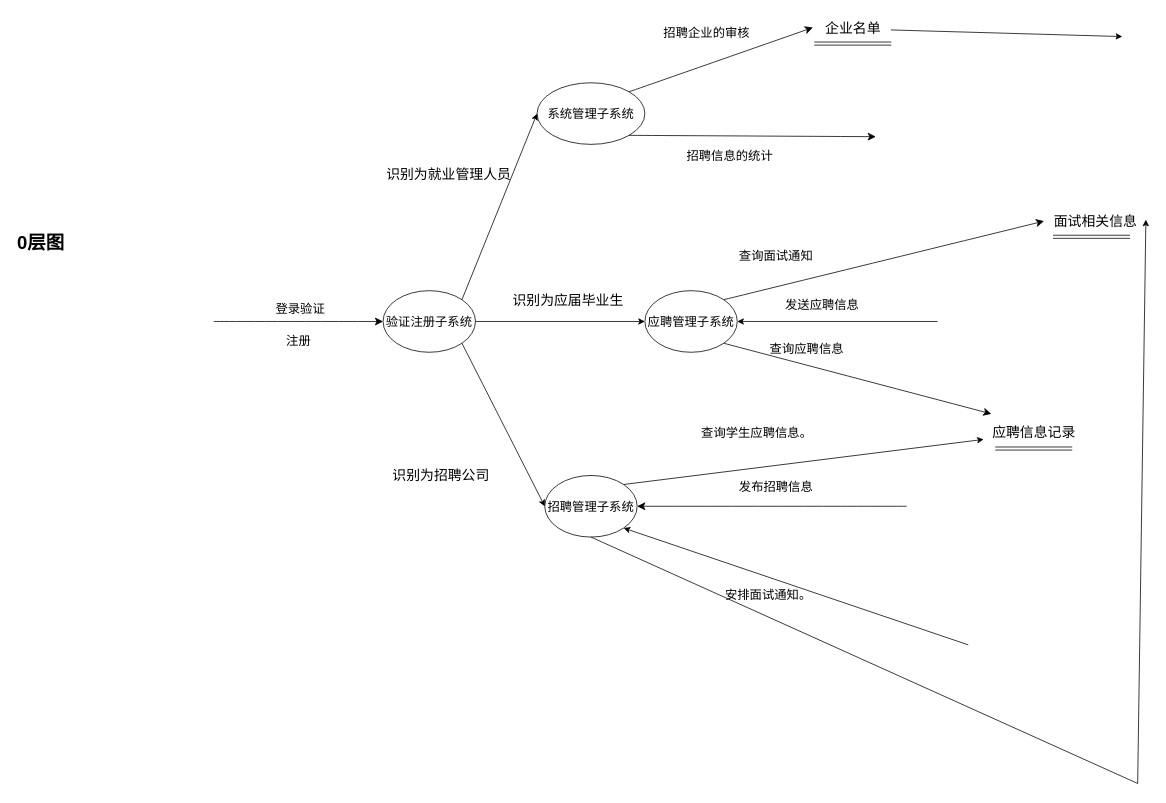
The draw.io diagram page "第 2 页" (2 of 4) of DFD.drawio in SET025187/EXERCISE001, before the edit. Source tidied: cells renumbered, new cells numbered last; positions are measured from the earlier drawing's top-left corner, leaving out a move shared by most shapes. Both pictures are drawn from the tidied source at 77%, with x=0, y=0 at pixel (13, 13).
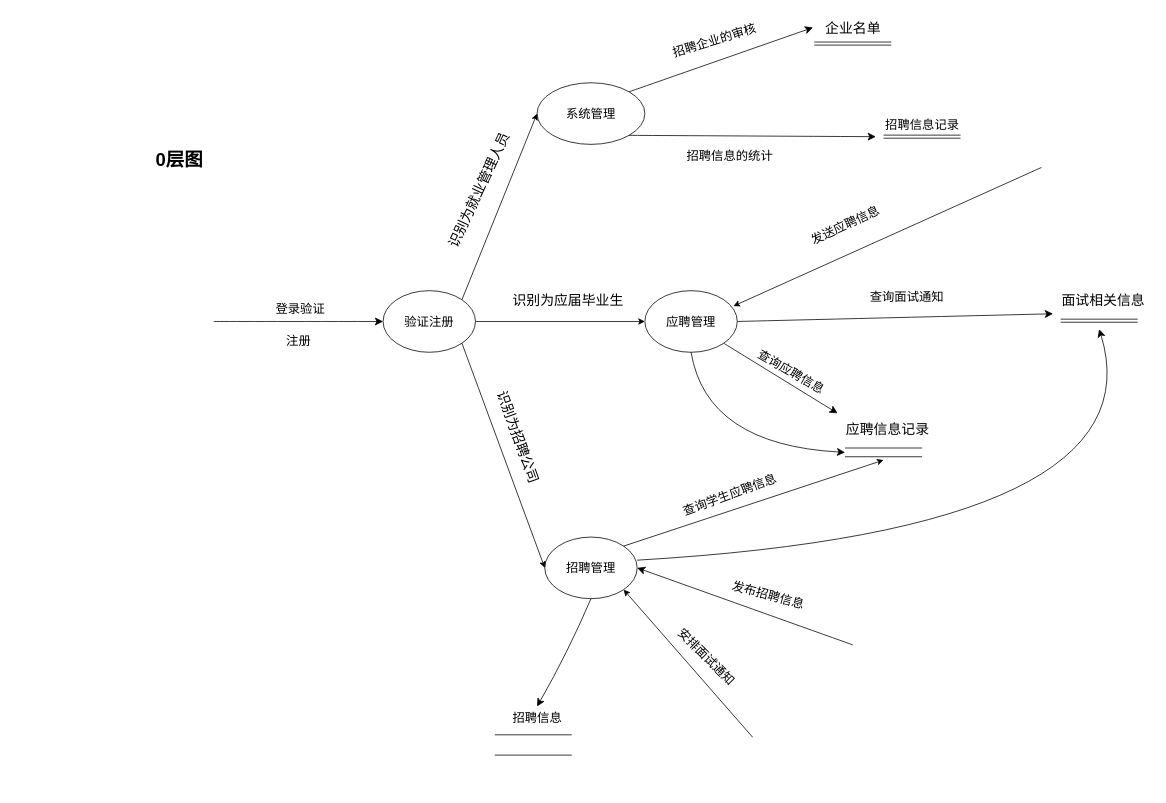
Above is the later version.

The change refers to these unchanged cells:
```xml
<mxCell id="30" value="&lt;font style=&quot;font-size: 18px;&quot;&gt;企业名单&lt;/font&gt;" style="text;html=1;align=center;verticalAlign=middle;points=[];strokeColor=none;fillColor=none;" parent="1" vertex="1">
  <mxGeometry x="1040" width="100" height="40" as="geometry" />
</mxCell>
```

The edit, as a diff of the source:
```diff
@@
-    <mxCell id="3" value="验证注册子系统" style="ellipse;whiteSpace=wrap;html=1;fontSize=16;" parent="1" vertex="1">
+    <mxCell id="3" value="验证注册" style="ellipse;whiteSpace=wrap;html=1;fontSize=16;" parent="1" vertex="1">
       <mxGeometry x="480" y="360" width="120" height="80" as="geometry" />
     </mxCell>
@@
-    <mxCell id="6" value="系统管理子系统" style="ellipse;whiteSpace=wrap;html=1;fontSize=16;" parent="1" vertex="1">
+    <mxCell id="6" value="系统管理" style="ellipse;whiteSpace=wrap;html=1;fontSize=16;" parent="1" vertex="1">
       <mxGeometry x="680" y="90" width="140" height="80" as="geometry" />
     </mxCell>
@@
-    <mxCell id="9" value="招聘企业的审核" style="text;html=1;align=center;verticalAlign=middle;strokeColor=none;fillColor=none;fontSize=16;" parent="1" vertex="1">
-      <mxGeometry x="830" y="10" width="140" height="30" as="geometry" />
+    <mxCell id="9" value="招聘企业的审核" style="text;html=1;align=center;verticalAlign=middle;strokeColor=none;fillColor=none;fontSize=16;rotation=-17;" parent="1" vertex="1">
+      <mxGeometry x="840" y="20" width="140" height="30" as="geometry" />
     </mxCell>
@@
-    <mxCell id="11" value="招聘管理子系统" style="ellipse;whiteSpace=wrap;html=1;fontSize=16;" parent="1" vertex="1">
-      <mxGeometry x="690" y="600" width="120" height="80" as="geometry" />
+    <mxCell id="11" value="招聘管理" style="ellipse;whiteSpace=wrap;html=1;fontSize=16;" parent="1" vertex="1">
+      <mxGeometry x="690" y="680" width="120" height="80" as="geometry" />
     </mxCell>
     <mxCell id="12" style="endArrow=classic;html=1;rounded=0;fontSize=12;startSize=8;endSize=8;curved=1;entryX=1;entryY=0.5;entryDx=0;entryDy=0;" parent="1" edge="1" target="11">
       <mxGeometry relative="1" as="geometry">
-        <mxPoint x="1160" y="640" as="sourcePoint" />
+        <mxPoint x="1090" y="820" as="sourcePoint" />
       </mxGeometry>
     </mxCell>
-    <mxCell id="13" value="安排面试通知。" style="text;html=1;align=center;verticalAlign=middle;strokeColor=none;fillColor=none;fontSize=16;" parent="1" vertex="1">
-      <mxGeometry x="910" y="740" width="140" height="30" as="geometry" />
+    <mxCell id="13" value="安排面试通知" style="text;html=1;align=center;verticalAlign=middle;strokeColor=none;fillColor=none;fontSize=16;rotation=45;" parent="1" vertex="1">
+      <mxGeometry x="840" y="820" width="120" height="30" as="geometry" />
     </mxCell>
-    <mxCell id="14" value="查询学生应聘信息。" style="text;html=1;align=center;verticalAlign=middle;strokeColor=none;fillColor=none;fontSize=16;" parent="1" vertex="1">
-      <mxGeometry x="880" y="530" width="170" height="30" as="geometry" />
+    <mxCell id="14" value="查询学生应聘信息" style="text;html=1;align=center;verticalAlign=middle;strokeColor=none;fillColor=none;fontSize=16;rotation=-20;" parent="1" vertex="1">
+      <mxGeometry x="855" y="610" width="150" height="30" as="geometry" />
     </mxCell>
-    <mxCell id="15" value="发布招聘信息" style="text;html=1;align=center;verticalAlign=middle;strokeColor=none;fillColor=none;fontSize=16;" parent="1" vertex="1">
-      <mxGeometry x="930" y="600" width="120" height="30" as="geometry" />
+    <mxCell id="15" value="发布招聘信息" style="text;html=1;align=center;verticalAlign=middle;strokeColor=none;fillColor=none;fontSize=16;rotation=15;" parent="1" vertex="1">
+      <mxGeometry x="920" y="740" width="120" height="30" as="geometry" />
     </mxCell>
     <mxCell id="16" value="&lt;h1&gt;0层图&lt;/h1&gt;" style="text;html=1;strokeColor=none;fillColor=none;spacing=5;spacingTop=-20;whiteSpace=wrap;overflow=hidden;rounded=0;" parent="1" vertex="1">
-      <mxGeometry y="278" width="190" height="120" as="geometry" />
+      <mxGeometry x="180" y="170" width="190" height="120" as="geometry" />
     </mxCell>
-    <mxCell id="17" value="&lt;font style=&quot;font-size: 18px;&quot;&gt;识别为就业管理人员&lt;/font&gt;" style="text;html=1;align=center;verticalAlign=middle;strokeColor=none;fillColor=none;" parent="1" vertex="1">
-      <mxGeometry x="470" y="190" width="190" height="40" as="geometry" />
+    <mxCell id="17" value="&lt;font style=&quot;font-size: 18px;&quot;&gt;识别为就业管理人员&lt;/font&gt;" style="text;html=1;align=center;verticalAlign=middle;strokeColor=none;fillColor=none;rotation=-65;" parent="1" vertex="1">
+      <mxGeometry x="510" y="210" width="190" height="40" as="geometry" />
     </mxCell>
@@
-    <mxCell id="22" value="&lt;font style=&quot;font-size: 18px;&quot;&gt;识别为招聘公司&lt;/font&gt;" style="text;html=1;align=center;verticalAlign=middle;strokeColor=none;fillColor=none;" parent="1" vertex="1">
-      <mxGeometry x="480" y="580" width="150" height="40" as="geometry" />
+    <mxCell id="22" value="&lt;font style=&quot;font-size: 18px;&quot;&gt;识别为招聘公司&lt;/font&gt;" style="text;html=1;align=center;verticalAlign=middle;strokeColor=none;fillColor=none;rotation=70;" parent="1" vertex="1">
+      <mxGeometry x="580" y="530" width="150" height="40" as="geometry" />
     </mxCell>
-    <mxCell id="23" value="应聘管理子系统" style="ellipse;whiteSpace=wrap;html=1;fontSize=16;" parent="1" vertex="1">
+    <mxCell id="23" value="应聘管理" style="ellipse;whiteSpace=wrap;html=1;fontSize=16;" parent="1" vertex="1">
       <mxGeometry x="820" y="360" width="120" height="80" as="geometry" />
     </mxCell>
-    <mxCell id="24" style="endArrow=classic;html=1;rounded=0;fontSize=12;startSize=8;endSize=8;curved=1;exitX=1;exitY=1;exitDx=0;exitDy=0;" parent="1" edge="1" source="23">
-      <mxGeometry relative="1" as="geometry">
-        <mxPoint x="1270" y="520" as="targetPoint" />
-      </mxGeometry>
+    <mxCell id="24" style="endArrow=classic;html=1;rounded=0;fontSize=12;startSize=8;endSize=8;curved=1;exitX=1;exitY=1;exitDx=0;exitDy=0;entryX=0.002;entryY=-0.019;entryDx=0;entryDy=0;entryPerimeter=0;" parent="1" edge="1" source="23" target="34">
+      <mxGeometry relative="1" as="geometry" />
     </mxCell>
-    <mxCell id="25" value="发送应聘信息" style="text;html=1;align=center;verticalAlign=middle;strokeColor=none;fillColor=none;fontSize=16;" parent="1" vertex="1">
-      <mxGeometry x="990" y="363" width="120" height="30" as="geometry" />
+    <mxCell id="25" value="发送应聘信息" style="text;html=1;align=center;verticalAlign=middle;strokeColor=none;fillColor=none;fontSize=16;rotation=-25;" parent="1" vertex="1">
+      <mxGeometry x="1020" y="260" width="120" height="30" as="geometry" />
     </mxCell>
-    <mxCell id="26" value="查询面试通知" style="text;html=1;align=center;verticalAlign=middle;strokeColor=none;fillColor=none;fontSize=16;" parent="1" vertex="1">
-      <mxGeometry x="930" y="300" width="120" height="30" as="geometry" />
+    <mxCell id="26" value="查询面试通知" style="text;html=1;align=center;verticalAlign=middle;strokeColor=none;fillColor=none;fontSize=16;rotation=0;" parent="1" vertex="1">
+      <mxGeometry x="1100" y="353" width="120" height="30" as="geometry" />
     </mxCell>
-    <mxCell id="27" value="查询应聘信息" style="text;html=1;align=center;verticalAlign=middle;strokeColor=none;fillColor=none;fontSize=16;" parent="1" vertex="1">
-      <mxGeometry x="970" y="420" width="120" height="30" as="geometry" />
+    <mxCell id="27" value="查询应聘信息" style="text;html=1;align=center;verticalAlign=middle;strokeColor=none;fillColor=none;fontSize=16;rotation=30;" parent="1" vertex="1">
+      <mxGeometry x="950" y="450" width="120" height="30" as="geometry" />
     </mxCell>
-    <mxCell id="28" style="endArrow=classic;html=1;rounded=0;fontSize=12;startSize=8;endSize=8;curved=1;exitX=1;exitY=0;exitDx=0;exitDy=0;entryX=-0.012;entryY=0.492;entryDx=0;entryDy=0;entryPerimeter=0;" parent="1" edge="1" source="23" target="31">
-      <mxGeometry relative="1" as="geometry" />
-    </mxCell>
-    <mxCell id="29" style="endArrow=classic;html=1;rounded=0;entryX=1;entryY=0.5;entryDx=0;entryDy=0;" parent="1" edge="1" target="23">
+    <mxCell id="29" style="endArrow=classic;html=1;rounded=0;" parent="1" edge="1">
       <mxGeometry relative="1" as="geometry">
-        <mxPoint x="1200" y="400" as="sourcePoint" />
+        <mxPoint x="1335" y="200" as="sourcePoint" />
+        <mxPoint x="935" y="380" as="targetPoint" />
       </mxGeometry>
     </mxCell>
@@
     <mxCell id="31" value="&lt;font style=&quot;font-size: 18px;&quot;&gt;面试相关信息&lt;/font&gt;" style="text;html=1;align=center;verticalAlign=middle;points=[];strokeColor=none;fillColor=none;" parent="1" vertex="1">
-      <mxGeometry x="1340" y="250" width="130" height="40" as="geometry" />
+      <mxGeometry x="1350" y="353" width="130" height="40" as="geometry" />
     </mxCell>
     <mxCell id="32" style="shape=link;html=1;rounded=0;" parent="1" edge="1">
       <mxGeometry relative="1" as="geometry">
-        <mxPoint x="1350" y="290" as="sourcePoint" />
-        <mxPoint x="1450" y="290" as="targetPoint" />
+        <mxPoint x="1360" y="399" as="sourcePoint" />
+        <mxPoint x="1460" y="399" as="targetPoint" />
       </mxGeometry>
     </mxCell>
@@
     <mxCell id="34" value="&lt;font style=&quot;font-size: 18px;&quot;&gt;应聘信息记录&lt;/font&gt;" style="text;html=1;align=center;verticalAlign=middle;points=[];strokeColor=none;fillColor=none;" parent="1" vertex="1">
-      <mxGeometry x="1260" y="525" width="130" height="40" as="geometry" />
+      <mxGeometry x="1070" y="520" width="130" height="40" as="geometry" />
     </mxCell>
-    <mxCell id="35" style="endArrow=classic;html=1;rounded=0;exitX=0.995;exitY=0.535;exitDx=0;exitDy=0;exitPerimeter=0;" parent="1" edge="1" source="30">
-      <mxGeometry relative="1" as="geometry">
-        <mxPoint x="1440" y="30" as="targetPoint" />
-      </mxGeometry>
-    </mxCell>
-    <mxCell id="36" style="shape=link;html=1;rounded=0;" parent="1" edge="1">
+    <mxCell id="36" style="shape=link;html=1;rounded=0;width=11.333333333333332;" parent="1" edge="1">
       <mxGeometry relative="1" as="geometry">
-        <mxPoint x="1275" y="565" as="sourcePoint" />
-        <mxPoint x="1375" y="565" as="targetPoint" />
+        <mxPoint x="1080" y="570" as="sourcePoint" />
+        <mxPoint x="1180" y="570" as="targetPoint" />
       </mxGeometry>
     </mxCell>
-    <mxCell id="37" style="endArrow=classic;html=1;rounded=0;exitX=1;exitY=0;exitDx=0;exitDy=0;" parent="1" edge="1" source="11" target="34">
-      <mxGeometry relative="1" as="geometry" />
+    <mxCell id="37" style="endArrow=classic;html=1;rounded=0;exitX=1;exitY=0;exitDx=0;exitDy=0;" parent="1" edge="1" source="11">
+      <mxGeometry relative="1" as="geometry">
+        <mxPoint x="1130" y="580" as="targetPoint" />
+      </mxGeometry>
     </mxCell>
     <mxCell id="38" style="endArrow=classic;html=1;rounded=0;entryX=1;entryY=1;entryDx=0;entryDy=0;" parent="1" edge="1" target="11">
       <mxGeometry relative="1" as="geometry">
-        <mxPoint x="1240" y="820" as="sourcePoint" />
+        <mxPoint x="960" y="940" as="sourcePoint" />
       </mxGeometry>
     </mxCell>
-    <mxCell id="39" style="endArrow=classic;html=1;rounded=0;exitX=0.5;exitY=1;exitDx=0;exitDy=0;entryX=1.005;entryY=0.444;entryDx=0;entryDy=0;entryPerimeter=0;" parent="1" edge="1" source="11" target="31">
-      <mxGeometry relative="1" as="geometry">
-        <Array as="points">
-          <mxPoint x="1460" y="1000" />
-        </Array>
-      </mxGeometry>
-    </mxCell>
+    <mxCell id="40" style="shape=link;html=1;rounded=0;fontSize=12;startSize=8;endSize=8;curved=1;" parent="1" edge="1">
+      <mxGeometry relative="1" as="geometry">
+        <mxPoint x="1130" y="160" as="sourcePoint" />
+        <mxPoint x="1230" y="160" as="targetPoint" />
+      </mxGeometry>
+    </mxCell>
+    <mxCell id="41" value="招聘信息记录" style="text;html=1;align=center;verticalAlign=middle;strokeColor=none;fillColor=none;fontSize=16;" parent="1" vertex="1">
+      <mxGeometry x="1120" y="130" width="120" height="30" as="geometry" />
+    </mxCell>
+    <mxCell id="42" style="endArrow=classic;html=1;rounded=0;fontSize=12;startSize=8;endSize=8;curved=1;exitX=0.5;exitY=1;exitDx=0;exitDy=0;" parent="1" edge="1" source="23">
+      <mxGeometry relative="1" as="geometry">
+        <mxPoint x="1080" y="570" as="targetPoint" />
+        <Array as="points">
+          <mxPoint x="900" y="560" />
+        </Array>
+      </mxGeometry>
+    </mxCell>
+    <mxCell id="43" style="shape=link;html=1;rounded=0;fontSize=12;startSize=8;endSize=8;curved=1;width=26.36363636363636;" parent="1" edge="1">
+      <mxGeometry relative="1" as="geometry">
+        <mxPoint x="625" y="950" as="sourcePoint" />
+        <mxPoint x="725" y="950" as="targetPoint" />
+      </mxGeometry>
+    </mxCell>
+    <mxCell id="44" value="招聘信息" style="text;html=1;align=center;verticalAlign=middle;points=[];strokeColor=none;fillColor=none;fontSize=16;" parent="1" vertex="1">
+      <mxGeometry x="635" y="900" width="90" height="30" as="geometry" />
+    </mxCell>
+    <mxCell id="45" style="endArrow=classic;html=1;rounded=0;fontSize=12;startSize=8;endSize=8;curved=1;entryX=0.5;entryY=0;entryDx=0;entryDy=0;entryPerimeter=0;exitX=0.5;exitY=1;exitDx=0;exitDy=0;" parent="1" edge="1" source="11" target="44">
+      <mxGeometry relative="1" as="geometry">
+        <Array as="points">
+          <mxPoint x="720" y="830" />
+        </Array>
+      </mxGeometry>
+    </mxCell>
+    <mxCell id="46" style="endArrow=classic;html=1;rounded=0;fontSize=12;startSize=8;endSize=8;curved=1;" parent="1" edge="1">
+      <mxGeometry relative="1" as="geometry">
+        <mxPoint x="810" y="710" as="sourcePoint" />
+        <mxPoint x="1410" y="410" as="targetPoint" />
+        <Array as="points">
+          <mxPoint x="1490" y="670" />
+        </Array>
+      </mxGeometry>
+    </mxCell>
+    <mxCell id="47" style="endArrow=classic;html=1;rounded=0;fontSize=12;startSize=8;endSize=8;curved=1;exitX=1;exitY=0.5;exitDx=0;exitDy=0;" parent="1" edge="1" source="23">
+      <mxGeometry relative="1" as="geometry">
+        <mxPoint x="1350" y="390" as="targetPoint" />
+      </mxGeometry>
+    </mxCell>
```
